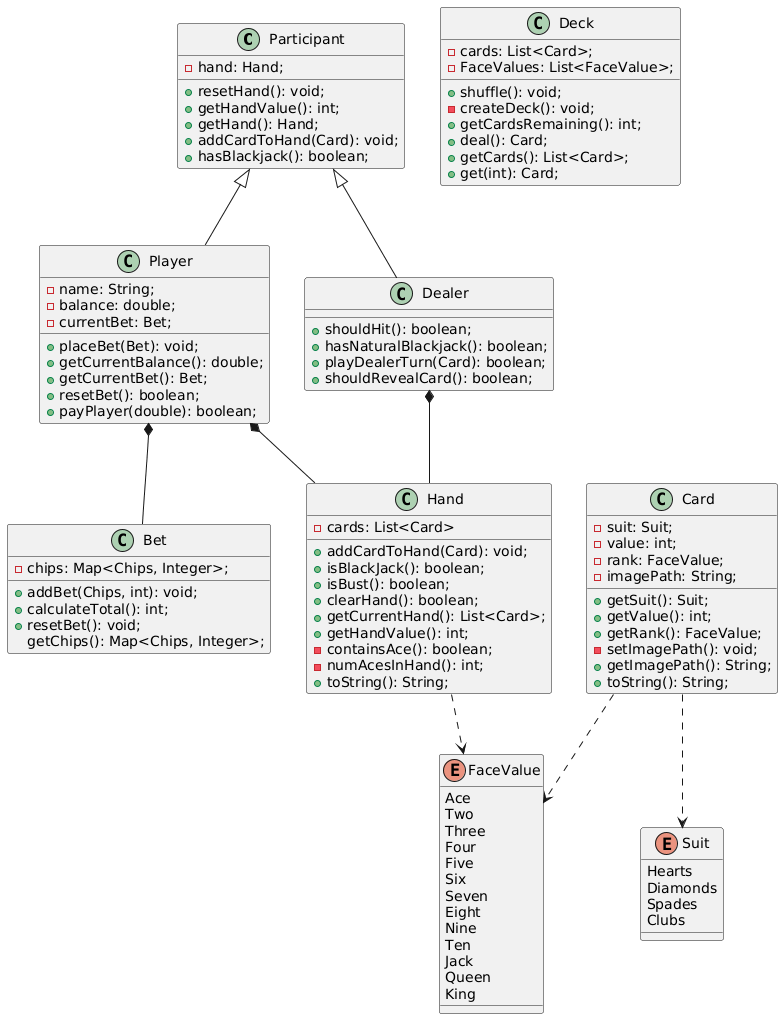
The PlantUML diagram src/main/resources/Diagrams/class-uml-diagram.png in jkat-codes/BU-CS205-Final-Project, before a commit.
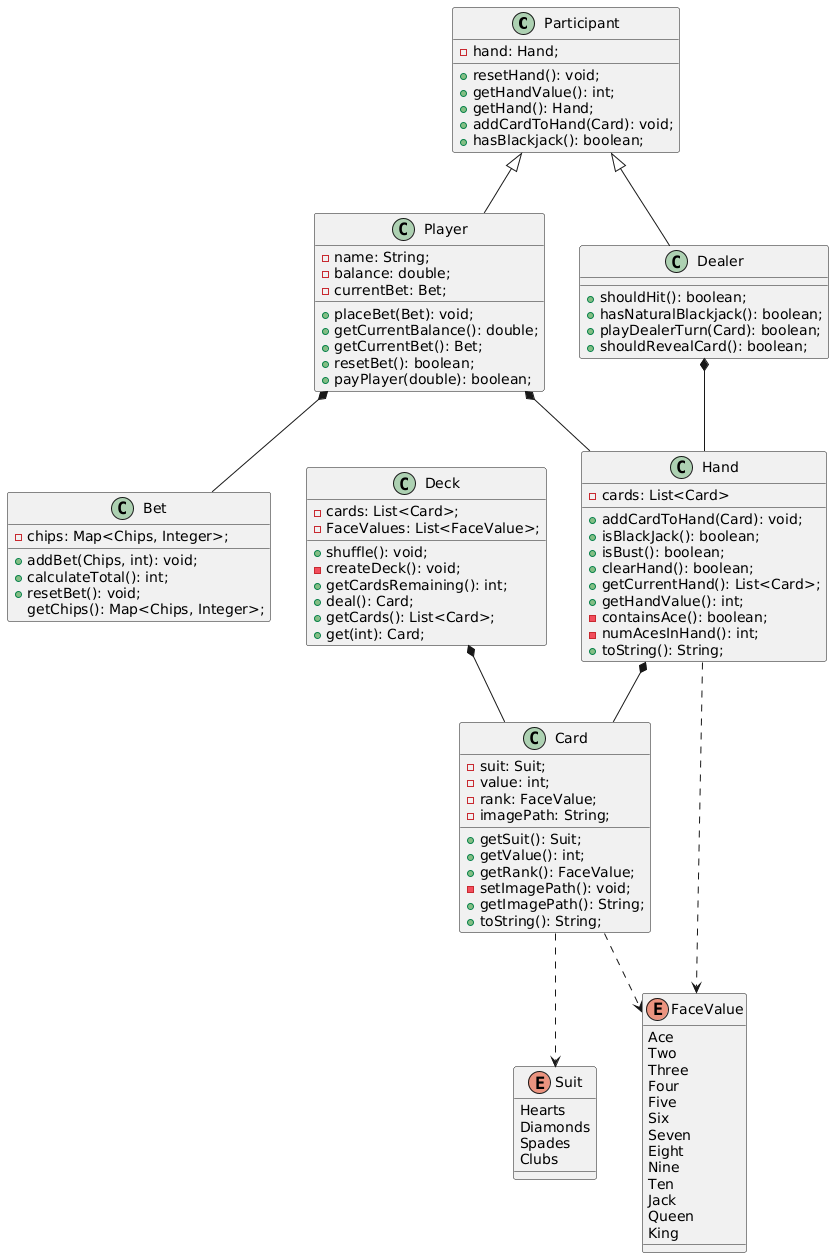
Later version of the same file.

Commit message:
Updated relationships to include composition for hand and deck with card

Change to the diagram source:
```diff
@@ -79,6 +79,9 @@
   +toString(): String;
 }
 
+Hand *-- Card
+Deck *-- Card
+
 enum Suit {
   Hearts
   Diamonds
```
